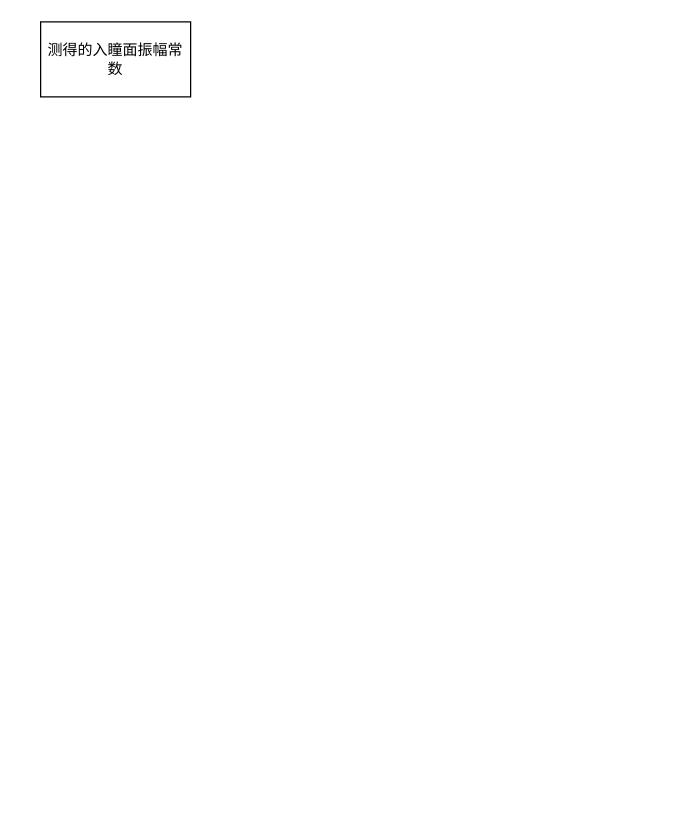
Earlier version of the draw.io diagram Untitled Diagram.drawio (USSOFol/pic). Source tidied: cells renumbered, new cells numbered last; positions are measured from the earlier drawing's top-left corner, leaving out a move shared by most shapes. Both pictures are drawn from the tidied source at 125%, with x=0, y=0 at pixel (40, 21).
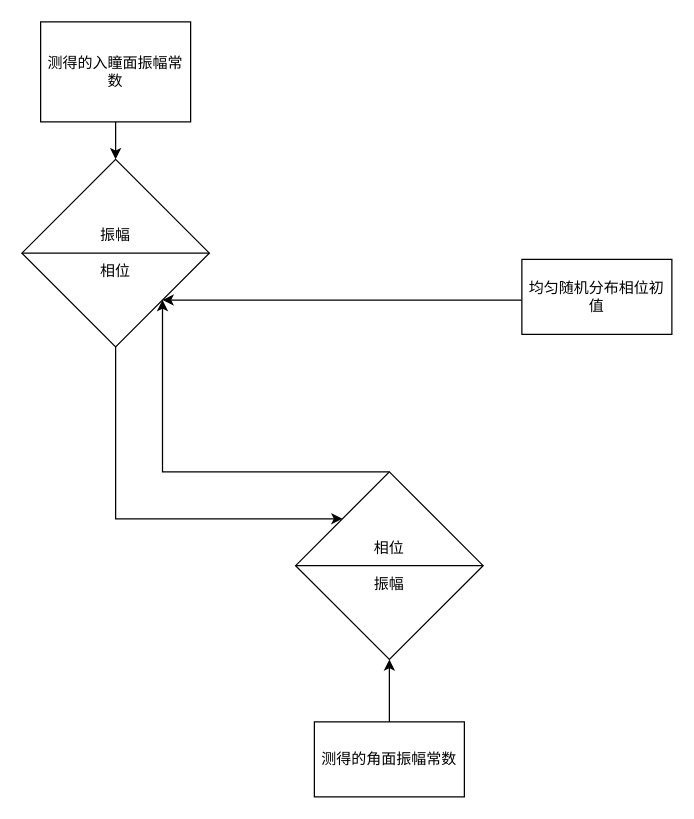
After the change.

What changed in the source:
```diff
@@
 <mxGraphModel>
   <root>
     <mxCell id="0" />
     <mxCell id="1" parent="0" />
+    <mxCell id="3" style="edgeStyle=orthogonalEdgeStyle;rounded=0;jettySize=auto;html=1;" parent="1" edge="1" source="2" target="5">
+      <mxGeometry relative="1" as="geometry" />
+    </mxCell>
     <mxCell id="2" value="测得的入瞳面振幅常数" style="rounded=0;whiteSpace=wrap;html=1;" parent="1" vertex="1">
-      <mxGeometry width="120" height="60" as="geometry" />
+      <mxGeometry width="120" height="80" as="geometry" />
     </mxCell>
+    <mxCell id="4" style="edgeStyle=orthogonalEdgeStyle;rounded=0;jettySize=auto;html=1;entryX=0;entryY=0;entryDx=0;entryDy=0;" parent="1" edge="1" source="5" target="9">
+      <mxGeometry relative="1" as="geometry">
+        <Array as="points">
+          <mxPoint x="60" y="398" />
+        </Array>
+      </mxGeometry>
+    </mxCell>
+    <mxCell id="5" value="振幅&lt;br&gt;&lt;br&gt;相位" style="shape=sortShape;perimeter=rhombusPerimeter;whiteSpace=wrap;html=1;" parent="1" vertex="1">
+      <mxGeometry x="-15" y="110" width="150" height="150" as="geometry" />
+    </mxCell>
+    <mxCell id="6" style="edgeStyle=orthogonalEdgeStyle;rounded=0;jettySize=auto;html=1;entryX=1;entryY=1;entryDx=0;entryDy=0;" parent="1" edge="1" source="7" target="5">
+      <mxGeometry relative="1" as="geometry">
+        <Array as="points">
+          <mxPoint x="260" y="223" />
+        </Array>
+      </mxGeometry>
+    </mxCell>
+    <mxCell id="7" value="均匀随机分布相位初值" style="rounded=0;whiteSpace=wrap;html=1;" parent="1" vertex="1">
+      <mxGeometry x="385" y="190" width="120" height="60" as="geometry" />
+    </mxCell>
+    <mxCell id="8" style="edgeStyle=orthogonalEdgeStyle;rounded=0;jettySize=auto;html=1;entryX=1;entryY=1;entryDx=0;entryDy=0;" parent="1" edge="1" source="9" target="5">
+      <mxGeometry relative="1" as="geometry">
+        <Array as="points">
+          <mxPoint x="98" y="360" />
+        </Array>
+      </mxGeometry>
+    </mxCell>
+    <mxCell id="9" value="相位&lt;br&gt;&lt;br&gt;振幅" style="shape=sortShape;perimeter=rhombusPerimeter;whiteSpace=wrap;html=1;" parent="1" vertex="1">
+      <mxGeometry x="204" y="360" width="150" height="150" as="geometry" />
+    </mxCell>
+    <mxCell id="10" style="edgeStyle=orthogonalEdgeStyle;rounded=0;jettySize=auto;html=1;entryX=0.5;entryY=1;entryDx=0;entryDy=0;" parent="1" edge="1" source="11" target="9">
+      <mxGeometry relative="1" as="geometry" />
+    </mxCell>
+    <mxCell id="11" value="测得的角面振幅常数" style="rounded=0;whiteSpace=wrap;html=1;" parent="1" vertex="1">
+      <mxGeometry x="219" y="560" width="120" height="60" as="geometry" />
+    </mxCell>
   </root>
 </mxGraphModel>
```
